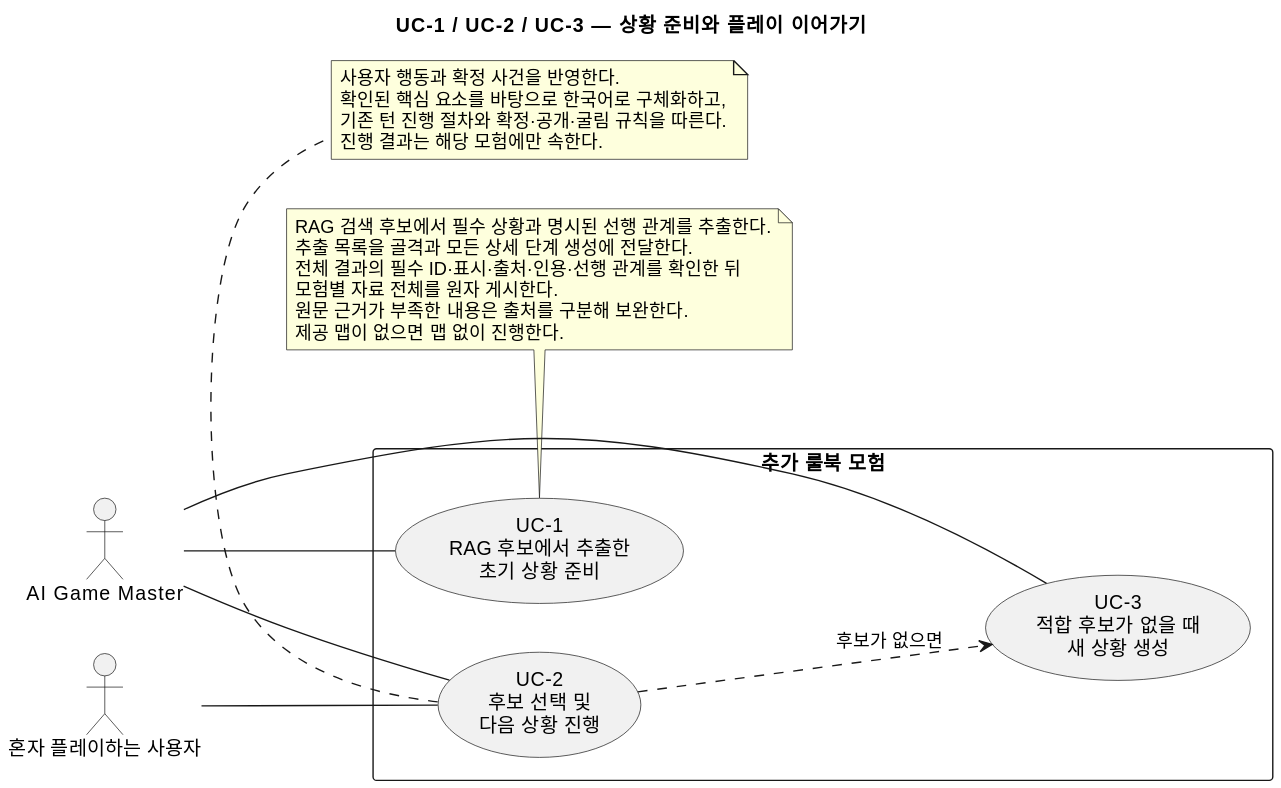
Earlier version of the PlantUML export docs/specs/scenario-situation-candidates/diagrams/product/UC-1.usecase.svg (omegafrog/dnd-master).
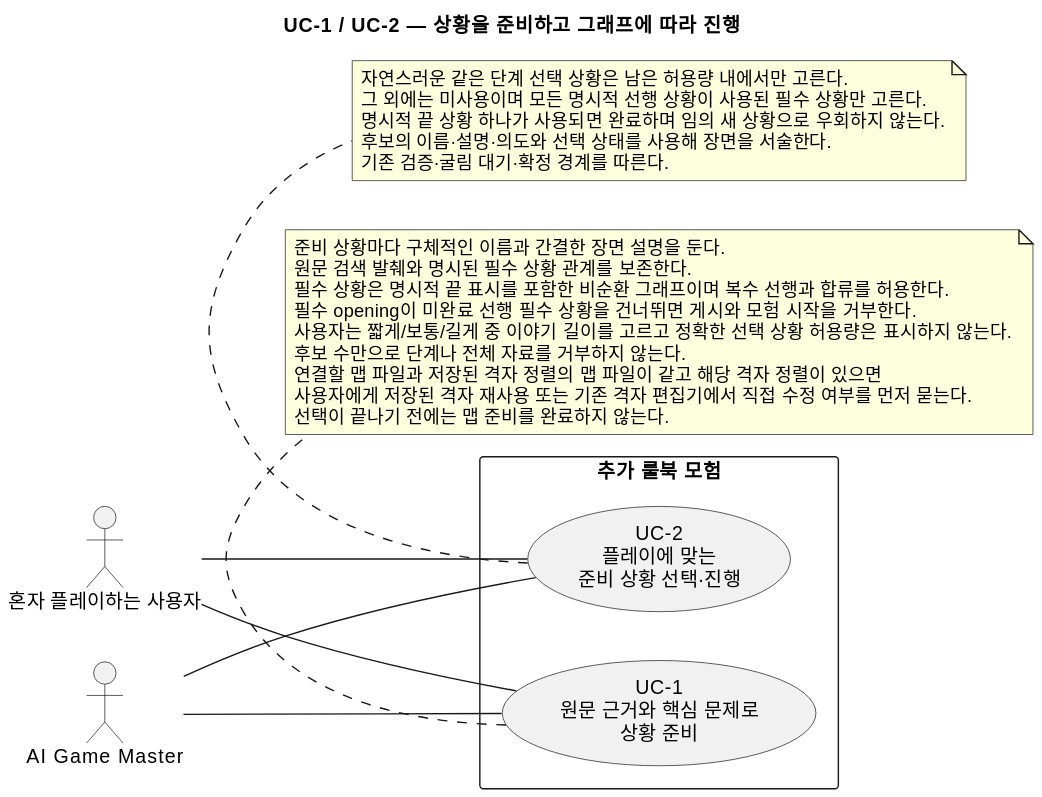
After the change.

What changed in the source:
```diff
@@ -1,30 +1,32 @@
 @startuml
-title UC-1 / UC-2 / UC-3 — 상황 준비와 플레이 이어가기
+title UC-1 / UC-2 — 상황을 준비하고 그래프에 따라 진행
 left to right direction
 actor "혼자 플레이하는 사용자" as Player
 actor "AI Game Master" as GM
 rectangle "추가 룰북 모험" {
-  usecase "UC-1\nRAG 후보에서 추출한\n초기 상황 준비" as UC1
-  usecase "UC-2\n후보 선택 및\n다음 상황 진행" as UC2
-  usecase "UC-3\n적합 후보가 없을 때\n새 상황 생성" as UC3
+  usecase "UC-1\n원문 근거와 핵심 문제로\n상황 준비" as UC1
+  usecase "UC-2\n플레이에 맞는\n준비 상황 선택·진행" as UC2
 }
+Player -- UC1
 Player -- UC2
 GM -- UC1
 GM -- UC2
-GM -- UC3
-UC2 ..> UC3 : 후보가 없으면
 note bottom of UC1
-  RAG 검색 후보에서 필수 상황과 명시된 선행 관계를 추출한다.
-  추출 목록을 골격과 모든 상세 단계 생성에 전달한다.
-  전체 결과의 필수 ID·표시·출처·인용·선행 관계를 확인한 뒤
-  모험별 자료 전체를 원자 게시한다.
-  원문 근거가 부족한 내용은 출처를 구분해 보완한다.
-  제공 맵이 없으면 맵 없이 진행한다.
+  준비 상황마다 구체적인 이름과 간결한 장면 설명을 둔다.
+  원문 검색 발췌와 명시된 필수 상황 관계를 보존한다.
+  필수 상황은 명시적 끝 표시를 포함한 비순환 그래프이며 복수 선행과 합류를 허용한다.
+  필수 opening이 미완료 선행 필수 상황을 건너뛰면 게시와 모험 시작을 거부한다.
+  사용자는 짧게/보통/길게 중 이야기 길이를 고르고 정확한 선택 상황 허용량은 표시하지 않는다.
+  후보 수만으로 단계나 전체 자료를 거부하지 않는다.
+  연결할 맵 파일과 저장된 격자 정렬의 맵 파일이 같고 해당 격자 정렬이 있으면
+  사용자에게 저장된 격자 재사용 또는 기존 격자 편집기에서 직접 수정 여부를 먼저 묻는다.
+  선택이 끝나기 전에는 맵 준비를 완료하지 않는다.
 end note
 note bottom of UC2
-  사용자 행동과 확정 사건을 반영한다.
-  확인된 핵심 요소를 바탕으로 한국어로 구체화하고,
-  기존 턴 진행 절차와 확정·공개·굴림 규칙을 따른다.
-  진행 결과는 해당 모험에만 속한다.
+  자연스러운 같은 단계 선택 상황은 남은 허용량 내에서만 고른다.
+  그 외에는 미사용이며 모든 명시적 선행 상황이 사용된 필수 상황만 고른다.
+  명시적 끝 상황 하나가 사용되면 완료하며 임의 새 상황으로 우회하지 않는다.
+  후보의 이름·설명·의도와 선택 상태를 사용해 장면을 서술한다.
+  기존 검증·굴림 대기·확정 경계를 따른다.
 end note
 @enduml
```
